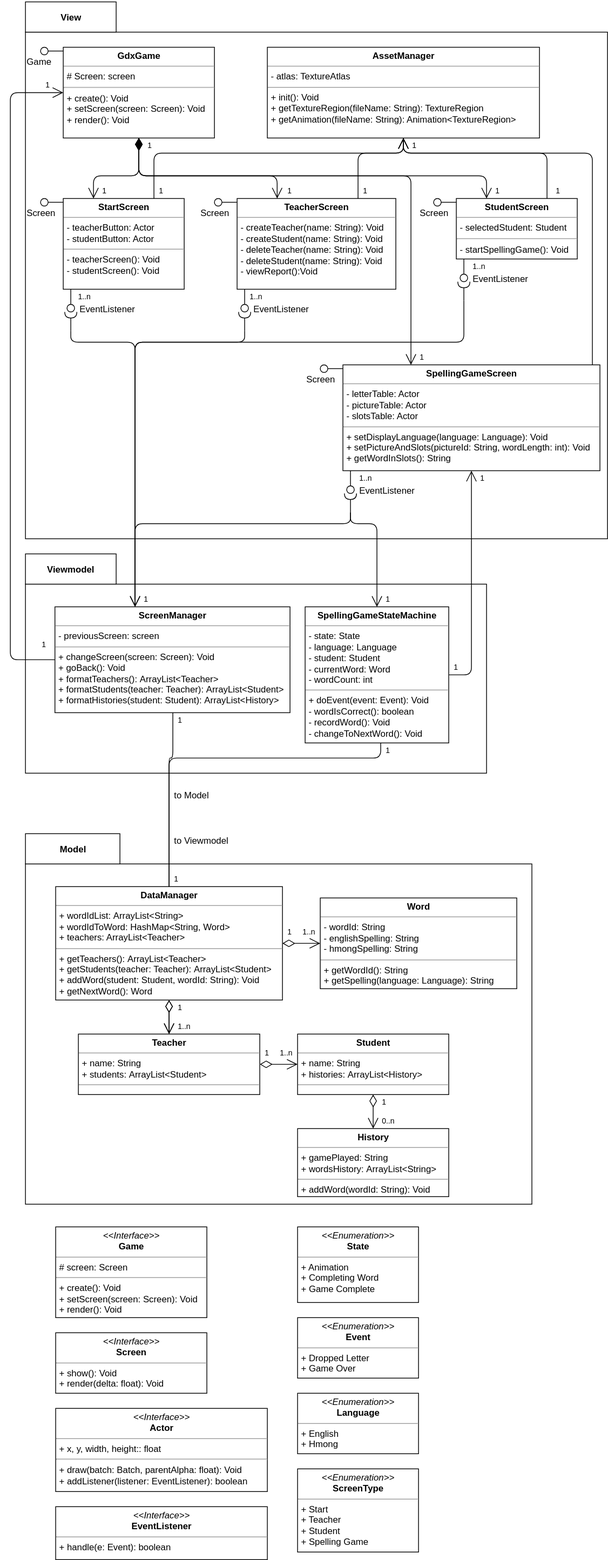
The draw.io diagram Iteration 2/Class Diagrams/Class Diagram.svg in derick189/hmonics-documents, before a commit. Source tidied: cells renumbered, new cells last; positions are measured from the earlier drawing's top-left corner, leaving out a move shared by most shapes.
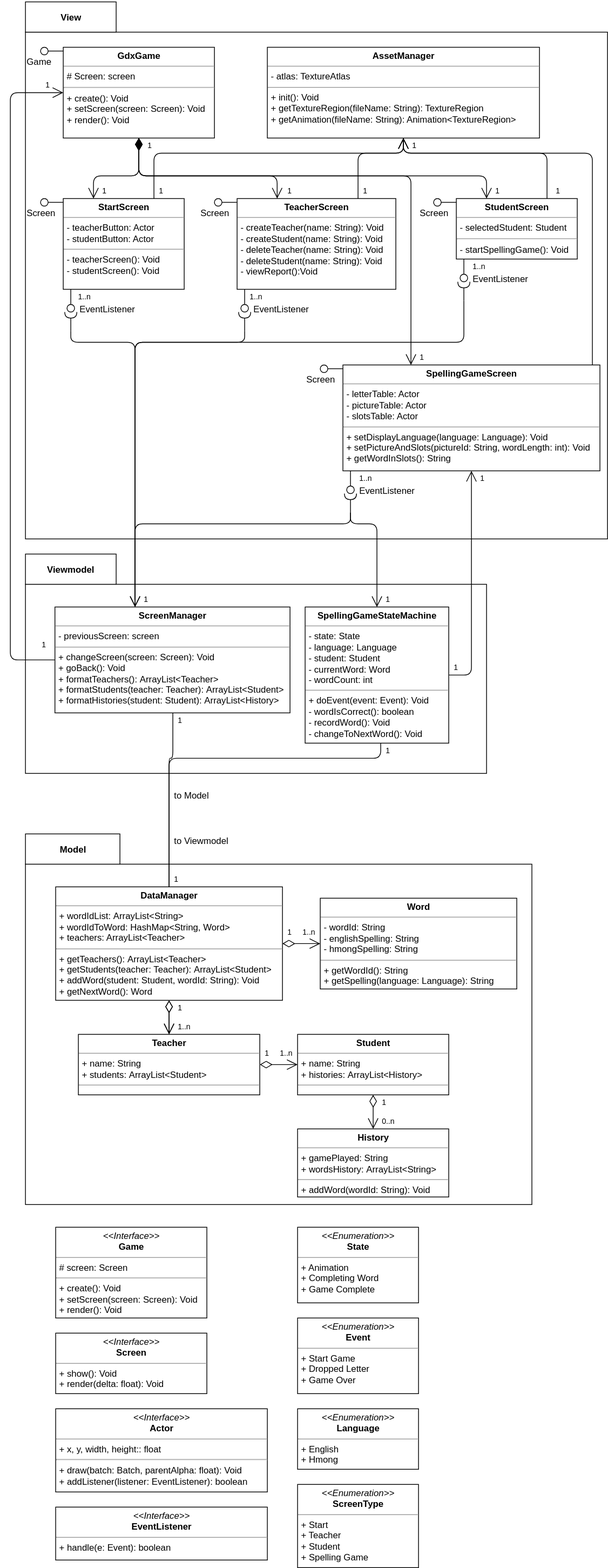
Above is the later version.

Commit message:
Add start game enum

Diff of the diagram source:
```diff
@@ -321,14 +321,14 @@
     <mxCell id="79" value="&lt;p style=&quot;margin: 0px ; margin-top: 4px ; text-align: center&quot;&gt;&lt;i&gt;&amp;lt;&amp;lt;Interface&amp;gt;&amp;gt;&lt;/i&gt;&lt;br&gt;&lt;b&gt;EventListener&lt;/b&gt;&lt;/p&gt;&lt;hr size=&quot;1&quot;&gt;&lt;p style=&quot;margin: 0px ; margin-left: 4px&quot;&gt;+ handle(e: Event): boolean&lt;br&gt;&lt;/p&gt;" style="verticalAlign=top;align=left;overflow=fill;fontSize=12;fontFamily=Helvetica;html=1;" parent="1" vertex="1">
       <mxGeometry x="60" y="1990" width="280" height="70" as="geometry" />
     </mxCell>
-    <mxCell id="80" value="&lt;p style=&quot;margin: 0px ; margin-top: 4px ; text-align: center&quot;&gt;&lt;i&gt;&amp;lt;&amp;lt;Enumeration&amp;gt;&amp;gt;&lt;/i&gt;&lt;br&gt;&lt;b&gt;Event&lt;/b&gt;&lt;/p&gt;&lt;hr size=&quot;1&quot;&gt;&lt;p style=&quot;margin: 0px ; margin-left: 4px&quot;&gt;+ Dropped Letter&lt;br&gt;&lt;/p&gt;&lt;p style=&quot;margin: 0px ; margin-left: 4px&quot;&gt;+ Game Over&lt;/p&gt;" style="verticalAlign=top;align=left;overflow=fill;fontSize=12;fontFamily=Helvetica;html=1;" parent="1" vertex="1">
-      <mxGeometry x="380" y="1740" width="160" height="80" as="geometry" />
+    <mxCell id="80" value="&lt;p style=&quot;margin: 0px ; margin-top: 4px ; text-align: center&quot;&gt;&lt;i&gt;&amp;lt;&amp;lt;Enumeration&amp;gt;&amp;gt;&lt;/i&gt;&lt;br&gt;&lt;b&gt;Event&lt;/b&gt;&lt;/p&gt;&lt;hr size=&quot;1&quot;&gt;&lt;p style=&quot;margin: 0px ; margin-left: 4px&quot;&gt;+ Start Game&lt;/p&gt;&lt;p style=&quot;margin: 0px ; margin-left: 4px&quot;&gt;+ Dropped Letter&lt;br&gt;&lt;/p&gt;&lt;p style=&quot;margin: 0px ; margin-left: 4px&quot;&gt;+ Game Over&lt;/p&gt;" style="verticalAlign=top;align=left;overflow=fill;fontSize=12;fontFamily=Helvetica;html=1;" parent="1" vertex="1">
+      <mxGeometry x="380" y="1740" width="160" height="100" as="geometry" />
     </mxCell>
     <mxCell id="81" value="&lt;p style=&quot;margin: 0px ; margin-top: 4px ; text-align: center&quot;&gt;&lt;i&gt;&amp;lt;&amp;lt;Enumeration&amp;gt;&amp;gt;&lt;/i&gt;&lt;br&gt;&lt;b&gt;State&lt;/b&gt;&lt;/p&gt;&lt;hr size=&quot;1&quot;&gt;&lt;p style=&quot;margin: 0px ; margin-left: 4px&quot;&gt;+ Animation&lt;br&gt;&lt;/p&gt;&lt;p style=&quot;margin: 0px ; margin-left: 4px&quot;&gt;+ Completing Word&lt;/p&gt;&lt;p style=&quot;margin: 0px ; margin-left: 4px&quot;&gt;+ Game Complete&lt;/p&gt;" style="verticalAlign=top;align=left;overflow=fill;fontSize=12;fontFamily=Helvetica;html=1;" parent="1" vertex="1">
       <mxGeometry x="380" y="1620" width="160" height="100" as="geometry" />
     </mxCell>
     <mxCell id="82" value="&lt;p style=&quot;margin: 0px ; margin-top: 4px ; text-align: center&quot;&gt;&lt;i&gt;&amp;lt;&amp;lt;Enumeration&amp;gt;&amp;gt;&lt;/i&gt;&lt;br&gt;&lt;b&gt;Language&lt;/b&gt;&lt;/p&gt;&lt;hr size=&quot;1&quot;&gt;&lt;p style=&quot;margin: 0px ; margin-left: 4px&quot;&gt;+ English&lt;br&gt;&lt;/p&gt;&lt;p style=&quot;margin: 0px ; margin-left: 4px&quot;&gt;+ Hmong&lt;/p&gt;" style="verticalAlign=top;align=left;overflow=fill;fontSize=12;fontFamily=Helvetica;html=1;" parent="1" vertex="1">
-      <mxGeometry x="380" y="1840" width="160" height="80" as="geometry" />
+      <mxGeometry x="380" y="1860" width="160" height="80" as="geometry" />
     </mxCell>
     <mxCell id="83" value="&lt;font style=&quot;font-size: 10px&quot;&gt;1&lt;/font&gt;" style="text;html=1;align=left;verticalAlign=top;spacingTop=-4;" parent="1" vertex="1">
       <mxGeometry x="40" y="840" width="20" height="20" as="geometry" />
@@ -407,7 +407,7 @@
       <mxGeometry x="215" y="1100" width="90" height="20" as="geometry" />
     </mxCell>
     <mxCell id="105" value="&lt;p style=&quot;margin: 0px ; margin-top: 4px ; text-align: center&quot;&gt;&lt;i&gt;&amp;lt;&amp;lt;Enumeration&amp;gt;&amp;gt;&lt;/i&gt;&lt;br&gt;&lt;b&gt;ScreenType&lt;/b&gt;&lt;br&gt;&lt;/p&gt;&lt;hr size=&quot;1&quot;&gt;&lt;p style=&quot;margin: 0px ; margin-left: 4px&quot;&gt;+ Start&lt;br&gt;&lt;/p&gt;&lt;p style=&quot;margin: 0px ; margin-left: 4px&quot;&gt;+ Teacher&lt;/p&gt;&lt;p style=&quot;margin: 0px ; margin-left: 4px&quot;&gt;+ Student&lt;/p&gt;&lt;p style=&quot;margin: 0px ; margin-left: 4px&quot;&gt;+ Spelling Game&lt;/p&gt;" style="verticalAlign=top;align=left;overflow=fill;fontSize=12;fontFamily=Helvetica;html=1;" parent="1" vertex="1">
-      <mxGeometry x="380" y="1940" width="160" height="110" as="geometry" />
+      <mxGeometry x="380" y="1960" width="160" height="110" as="geometry" />
     </mxCell>
   </root>
 </mxGraphModel>
```
